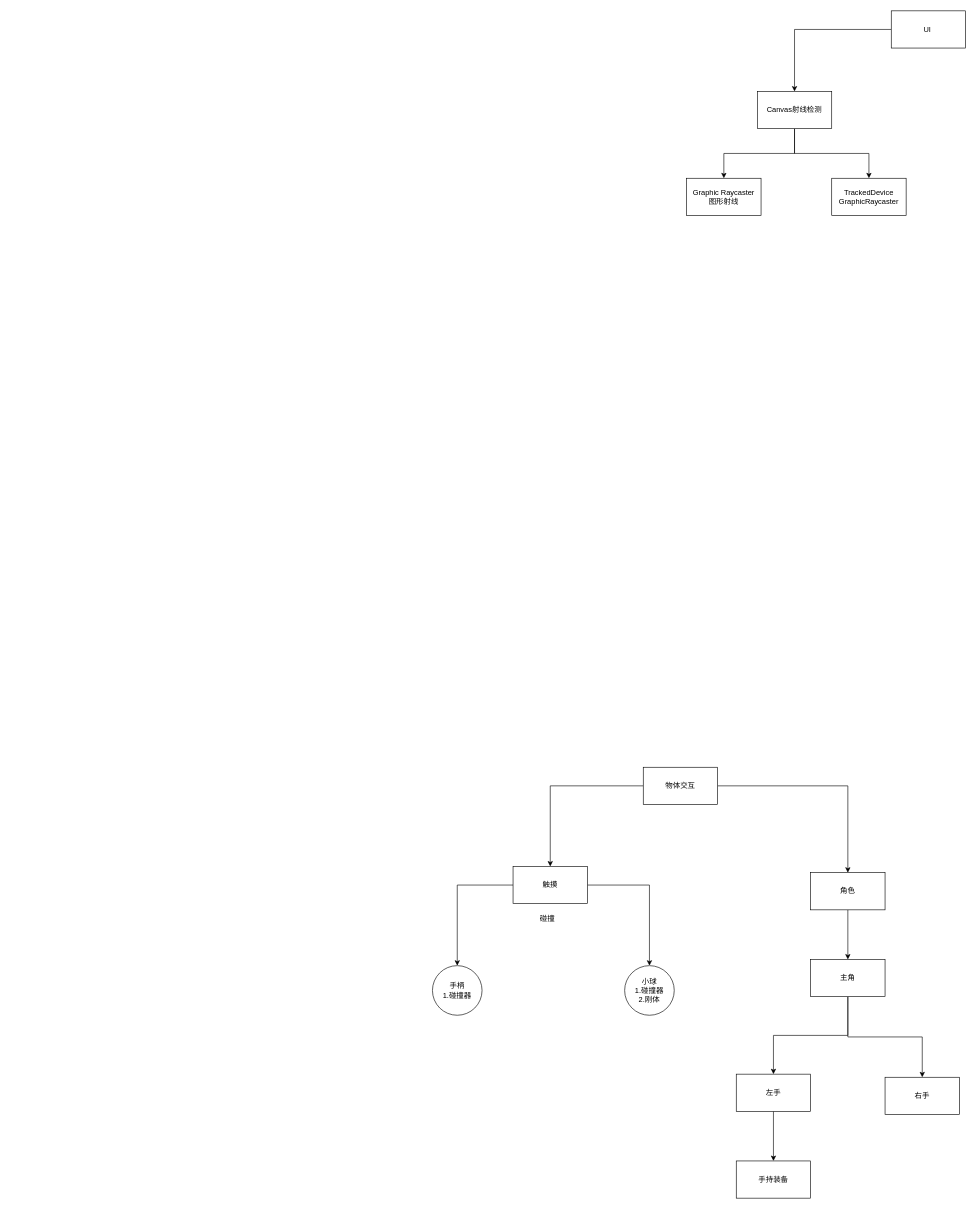
Earlier version of the draw.io diagram page "交互" (8 of 11) of GT/GT.drawio (xzp3094997376/DrawIO). Source tidied: cells renumbered, new cells numbered last; positions are measured from the earlier drawing's top-left corner, leaving out a move shared by most shapes. Both pictures are drawn from the tidied source at 62%, with x=0, y=0 at pixel (432, 11).
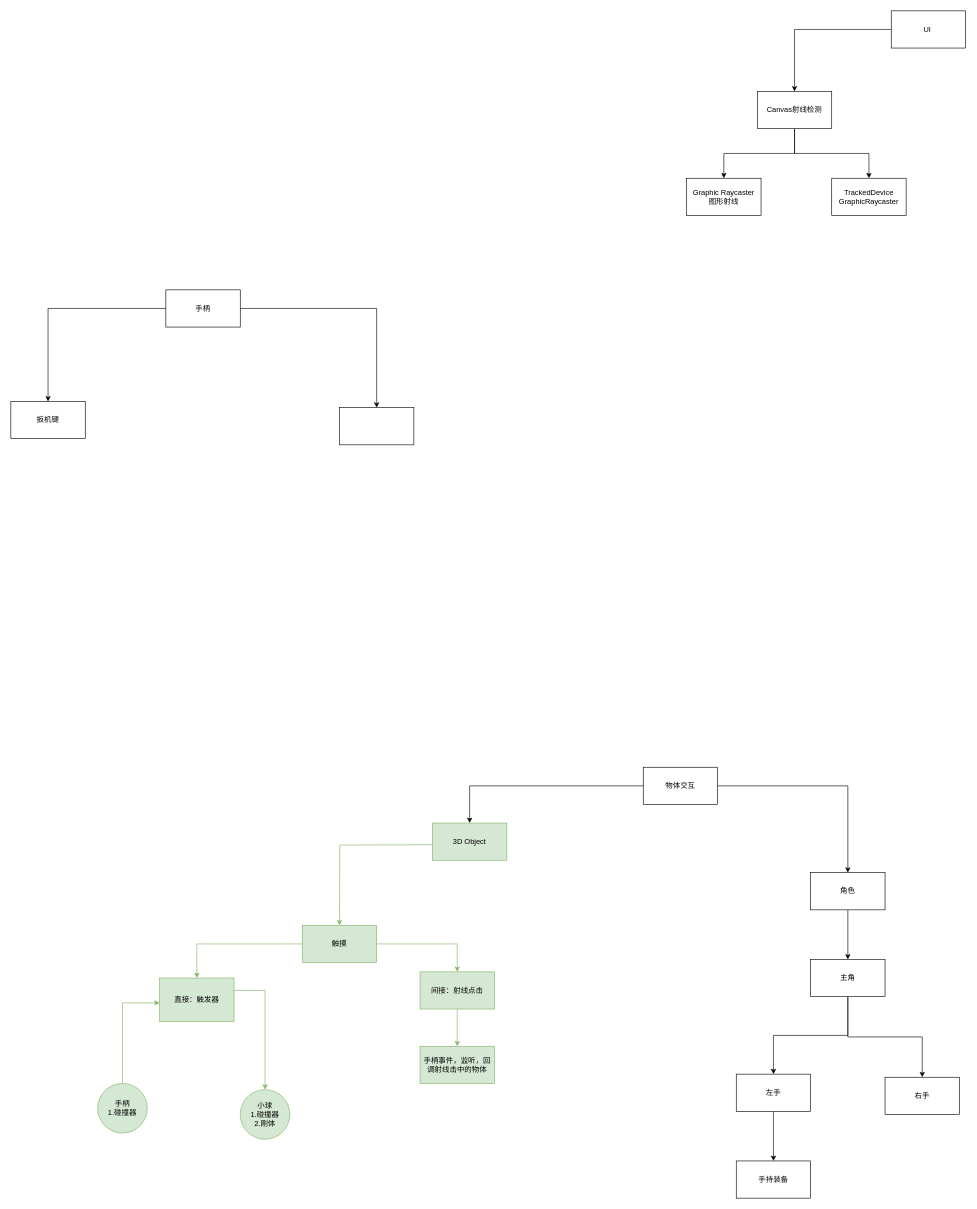
Above is the later version.

The change refers to these unchanged cells:
```xml
<mxCell id="4" value="物体交互&lt;br&gt;" style="whiteSpace=wrap;html=1;" parent="1" vertex="1">
  <mxGeometry x="340" y="1220" width="120" height="60" as="geometry" />
</mxCell>
```

Change to the diagram source:
```diff
@@
-    <mxCell id="2" style="edgeStyle=orthogonalEdgeStyle;rounded=0;jettySize=auto;html=1;" parent="1" edge="1" source="4" target="7">
-      <mxGeometry relative="1" as="geometry" />
+    <mxCell id="2" style="edgeStyle=orthogonalEdgeStyle;rounded=0;orthogonalLoop=1;jettySize=auto;html=1;fillColor=#d5e8d4;strokeColor=#82b366;" parent="1" edge="1">
+      <mxGeometry relative="1" as="geometry">
+        <mxPoint y="1345" as="sourcePoint" />
+        <mxPoint x="-150" y="1475" as="targetPoint" />
+      </mxGeometry>
     </mxCell>
@@
-    <mxCell id="5" style="edgeStyle=orthogonalEdgeStyle;rounded=0;jettySize=auto;html=1;" parent="1" edge="1" source="7" target="8">
-      <mxGeometry relative="1" as="geometry" />
-    </mxCell>
-    <mxCell id="6" style="edgeStyle=orthogonalEdgeStyle;rounded=0;jettySize=auto;html=1;" parent="1" edge="1" source="7" target="9">
-      <mxGeometry relative="1" as="geometry" />
+    <mxCell id="6" style="edgeStyle=orthogonalEdgeStyle;rounded=0;jettySize=auto;html=1;exitX=0.982;exitY=0.625;exitDx=0;exitDy=0;exitPerimeter=0;fillColor=#d5e8d4;strokeColor=#82b366;" parent="1" edge="1" source="32" target="9">
+      <mxGeometry relative="1" as="geometry">
+        <Array as="points">
+          <mxPoint x="-322" y="1580" />
+          <mxPoint x="-270" y="1580" />
+        </Array>
+      </mxGeometry>
     </mxCell>
+    <mxCell id="27" style="edgeStyle=orthogonalEdgeStyle;rounded=0;jettySize=auto;html=1;fillColor=#d5e8d4;strokeColor=#82b366;" parent="1" edge="1" source="7" target="32">
+      <mxGeometry relative="1" as="geometry" />
+    </mxCell>
+    <mxCell id="28" style="edgeStyle=orthogonalEdgeStyle;rounded=0;jettySize=auto;html=1;fillColor=#d5e8d4;strokeColor=#82b366;" parent="1" edge="1" source="7" target="34">
+      <mxGeometry relative="1" as="geometry" />
+    </mxCell>
-    <mxCell id="7" value="触摸&lt;br&gt;" style="whiteSpace=wrap;html=1;" parent="1" vertex="1">
-      <mxGeometry x="130" y="1380" width="120" height="60" as="geometry" />
+    <mxCell id="7" value="触摸&lt;br&gt;" style="whiteSpace=wrap;html=1;fillColor=#d5e8d4;strokeColor=#82b366;" parent="1" vertex="1">
+      <mxGeometry x="-210" y="1475" width="120" height="60" as="geometry" />
     </mxCell>
+    <mxCell id="29" style="edgeStyle=orthogonalEdgeStyle;rounded=0;jettySize=auto;html=1;fillColor=#d5e8d4;strokeColor=#82b366;" parent="1" edge="1" source="8" target="32">
+      <mxGeometry relative="1" as="geometry">
+        <Array as="points">
+          <mxPoint x="-500" y="1600" />
+        </Array>
+      </mxGeometry>
+    </mxCell>
-    <mxCell id="8" value="手柄&lt;br&gt;1.碰撞器" style="ellipse;whiteSpace=wrap;html=1;" parent="1" vertex="1">
-      <mxGeometry y="1540" width="80" height="80" as="geometry" />
+    <mxCell id="8" value="手柄&lt;br&gt;1.碰撞器" style="ellipse;whiteSpace=wrap;html=1;fillColor=#d5e8d4;strokeColor=#82b366;" parent="1" vertex="1">
+      <mxGeometry x="-540" y="1730" width="80" height="80" as="geometry" />
     </mxCell>
-    <mxCell id="9" value="小球&lt;br&gt;1.碰撞器&lt;br&gt;2.刚体" style="ellipse;whiteSpace=wrap;html=1;" parent="1" vertex="1">
-      <mxGeometry x="310" y="1540" width="80" height="80" as="geometry" />
+    <mxCell id="9" value="小球&lt;br&gt;1.碰撞器&lt;br&gt;2.刚体" style="ellipse;whiteSpace=wrap;html=1;fillColor=#d5e8d4;strokeColor=#82b366;" parent="1" vertex="1">
+      <mxGeometry x="-310" y="1740" width="80" height="80" as="geometry" />
     </mxCell>
-    <mxCell id="10" value="碰撞" style="text;html=1;align=center;verticalAlign=middle;strokeColor=none;fillColor=none;" parent="1" vertex="1">
-      <mxGeometry x="160" y="1450" width="50" height="30" as="geometry" />
-    </mxCell>
@@
+    <mxCell id="30" value="3D Object" style="whiteSpace=wrap;html=1;fillColor=#d5e8d4;strokeColor=#82b366;" parent="1" vertex="1">
+      <mxGeometry y="1310" width="120" height="60" as="geometry" />
+    </mxCell>
+    <mxCell id="31" style="endArrow=classic;html=1;rounded=0;entryX=0.5;entryY=0;entryDx=0;entryDy=0;" parent="1" edge="1" target="30">
+      <mxGeometry relative="1" as="geometry">
+        <mxPoint x="340" y="1250" as="sourcePoint" />
+        <Array as="points">
+          <mxPoint x="60" y="1250" />
+        </Array>
+      </mxGeometry>
+    </mxCell>
+    <mxCell id="32" value="直接：触发器" style="whiteSpace=wrap;html=1;fillColor=#d5e8d4;strokeColor=#82b366;" parent="1" vertex="1">
+      <mxGeometry x="-440" y="1560" width="120" height="70" as="geometry" />
+    </mxCell>
+    <mxCell id="33" style="edgeStyle=orthogonalEdgeStyle;rounded=0;jettySize=auto;html=1;fillColor=#d5e8d4;strokeColor=#82b366;" parent="1" edge="1" source="34" target="35">
+      <mxGeometry relative="1" as="geometry" />
+    </mxCell>
+    <mxCell id="34" value="间接：射线点击" style="whiteSpace=wrap;html=1;fillColor=#d5e8d4;strokeColor=#82b366;" parent="1" vertex="1">
+      <mxGeometry x="-20" y="1550" width="120" height="60" as="geometry" />
+    </mxCell>
+    <mxCell id="35" value="手柄事件，监听，回调射线击中的物体" style="whiteSpace=wrap;html=1;fillColor=#d5e8d4;strokeColor=#82b366;" parent="1" vertex="1">
+      <mxGeometry x="-20" y="1670" width="120" height="60" as="geometry" />
+    </mxCell>
+    <mxCell id="36" style="edgeStyle=orthogonalEdgeStyle;rounded=0;jettySize=auto;html=1;" parent="1" edge="1" source="38" target="39">
+      <mxGeometry relative="1" as="geometry" />
+    </mxCell>
+    <mxCell id="37" style="edgeStyle=orthogonalEdgeStyle;rounded=0;jettySize=auto;html=1;" parent="1" edge="1" source="38" target="40">
+      <mxGeometry relative="1" as="geometry" />
+    </mxCell>
+    <mxCell id="38" value="手柄&lt;br&gt;" style="whiteSpace=wrap;html=1;" parent="1" vertex="1">
+      <mxGeometry x="-430" y="450" width="120" height="60" as="geometry" />
+    </mxCell>
+    <mxCell id="39" value="扳机键" style="whiteSpace=wrap;html=1;" parent="1" vertex="1">
+      <mxGeometry x="-680" y="630" width="120" height="60" as="geometry" />
+    </mxCell>
+    <mxCell id="40" style="whiteSpace=wrap;html=1;" parent="1" vertex="1">
+      <mxGeometry x="-150" y="640" width="120" height="60" as="geometry" />
+    </mxCell>
```
